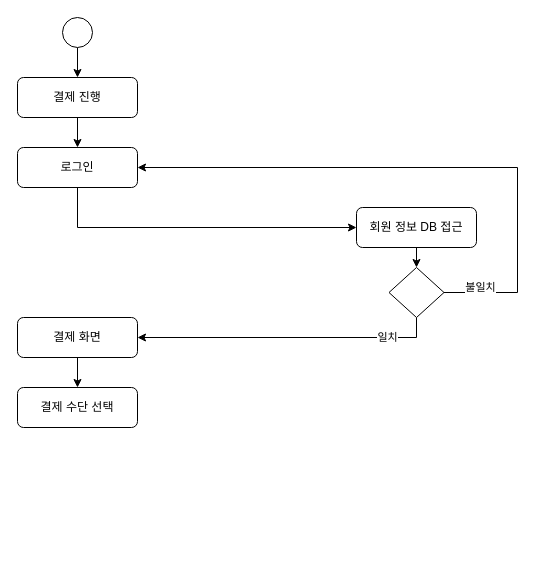
Above: 활동다이어그램-결제.drawio in VegetableKim/- (draw.io), before the change. Source tidied: cells renumbered, new cells numbered last; positions are measured from the earlier drawing's top-left corner, leaving out a move shared by most shapes. Both pictures are drawn from the tidied source at 100%, with x=0, y=0 at pixel (17, 17).
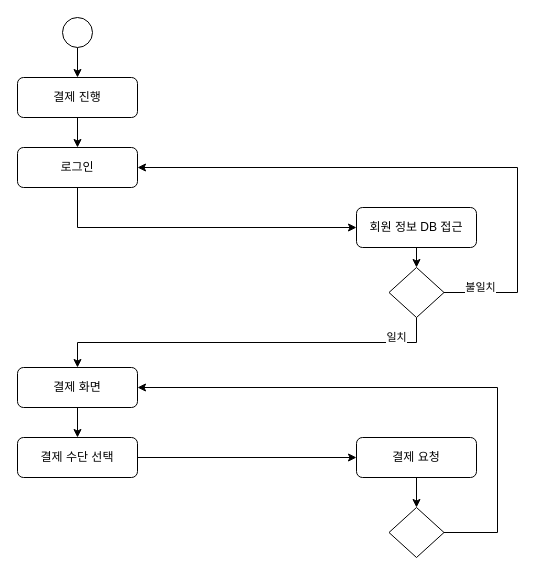
Above is the later version.

Commit message (it also covers changes not shown here):
활동다이어그램-결제.drawio 업데이트

Unchanged cells that the change refers to:
```xml
<mxCell id="7" value="로그인" style="rounded=1;whiteSpace=wrap;html=1;" parent="1" vertex="1">
  <mxGeometry y="130" width="120" height="40" as="geometry" />
</mxCell>
<mxCell id="12" style="rhombus;whiteSpace=wrap;html=1;" parent="1" vertex="1">
  <mxGeometry x="371.5" y="250" width="55" height="50" as="geometry" />
</mxCell>
```

Change to the diagram source:
```diff
@@
+    <mxCell id="11" value="불일치" style="edgeStyle=orthogonalEdgeStyle;rounded=0;jettySize=auto;html=1;exitX=1;exitY=0.5;exitDx=0;exitDy=0;entryX=1;entryY=0.5;entryDx=0;entryDy=0;" parent="1" edge="1" source="12" target="7">
+      <mxGeometry x="-0.88" y="5" relative="1" as="geometry">
+        <Array as="points">
+          <mxPoint x="500" y="275" />
+          <mxPoint x="500" y="150" />
+        </Array>
+        <mxPoint x="1" as="offset" />
+      </mxGeometry>
+    </mxCell>
-    <mxCell id="10" value="일치" style="edgeStyle=orthogonalEdgeStyle;rounded=0;jettySize=auto;html=1;exitX=0.5;exitY=1;exitDx=0;exitDy=0;entryX=1;entryY=0.5;entryDx=0;entryDy=0;" parent="1" edge="1" source="12" target="14">
-      <mxGeometry x="-0.67" relative="1" as="geometry" />
+    <mxCell id="10" value="일치" style="edgeStyle=orthogonalEdgeStyle;rounded=0;jettySize=auto;html=1;exitX=0.5;exitY=1;exitDx=0;exitDy=0;entryX=0.5;entryY=0;entryDx=0;entryDy=0;" parent="1" edge="1" source="12" target="14">
+      <mxGeometry x="-0.77" y="-5" relative="1" as="geometry" />
     </mxCell>
-    <mxCell id="11" value="불일치" style="edgeStyle=orthogonalEdgeStyle;rounded=0;jettySize=auto;html=1;exitX=1;exitY=0.5;exitDx=0;exitDy=0;entryX=1;entryY=0.5;entryDx=0;entryDy=0;" parent="1" edge="1" source="12" target="7">
-      <mxGeometry x="-0.88" y="5" relative="1" as="geometry">
-        <Array as="points">
-          <mxPoint x="500" y="275" />
-          <mxPoint x="500" y="150" />
-        </Array>
-        <mxPoint x="1" as="offset" />
-      </mxGeometry>
-    </mxCell>
@@
     <mxCell id="14" value="결제 화면" style="rounded=1;whiteSpace=wrap;html=1;" parent="1" vertex="1">
-      <mxGeometry y="300" width="120" height="40" as="geometry" />
+      <mxGeometry y="350" width="120" height="40" as="geometry" />
     </mxCell>
+    <mxCell id="16" style="edgeStyle=orthogonalEdgeStyle;rounded=0;jettySize=auto;html=1;exitX=1;exitY=0.5;exitDx=0;exitDy=0;entryX=0;entryY=0.5;entryDx=0;entryDy=0;" parent="1" edge="1" source="15" target="18">
+      <mxGeometry relative="1" as="geometry" />
+    </mxCell>
     <mxCell id="15" value="결제 수단 선택" style="rounded=1;whiteSpace=wrap;html=1;" parent="1" vertex="1">
-      <mxGeometry y="370" width="120" height="40" as="geometry" />
+      <mxGeometry y="420" width="120" height="40" as="geometry" />
     </mxCell>
+    <mxCell id="17" style="edgeStyle=orthogonalEdgeStyle;rounded=0;jettySize=auto;html=1;exitX=0.5;exitY=1;exitDx=0;exitDy=0;entryX=0.5;entryY=0;entryDx=0;entryDy=0;" parent="1" edge="1" source="18" target="20">
+      <mxGeometry relative="1" as="geometry" />
+    </mxCell>
+    <mxCell id="18" value="결제 요청" style="rounded=1;whiteSpace=wrap;html=1;" parent="1" vertex="1">
+      <mxGeometry x="339" y="420" width="120" height="40" as="geometry" />
+    </mxCell>
+    <mxCell id="19" style="edgeStyle=orthogonalEdgeStyle;rounded=0;jettySize=auto;html=1;exitX=1;exitY=0.5;exitDx=0;exitDy=0;entryX=1;entryY=0.5;entryDx=0;entryDy=0;" parent="1" edge="1" source="20" target="14">
+      <mxGeometry relative="1" as="geometry">
+        <Array as="points">
+          <mxPoint x="480" y="515" />
+          <mxPoint x="480" y="370" />
+        </Array>
+      </mxGeometry>
+    </mxCell>
+    <mxCell id="20" style="rhombus;whiteSpace=wrap;html=1;" parent="1" vertex="1">
+      <mxGeometry x="371.5" y="490" width="55" height="50" as="geometry" />
+    </mxCell>
```
